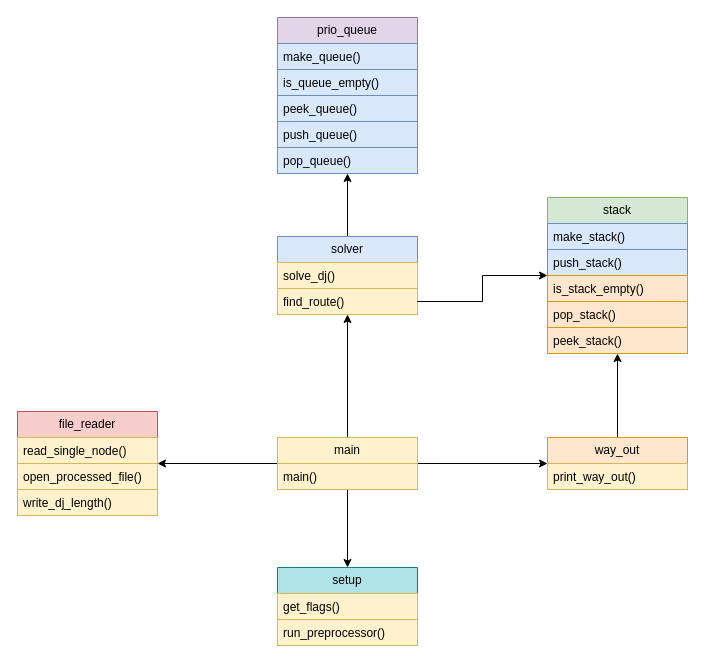
Above: modules.drawio in ATTWGRAT/A-MAZE-ING (draw.io), before the change. Source tidied: cells renumbered, new cells numbered last; positions are measured from the earlier drawing's top-left corner, leaving out a move shared by most shapes. Both pictures are drawn from the tidied source at 100%, with x=0, y=0 at pixel (17, 17).
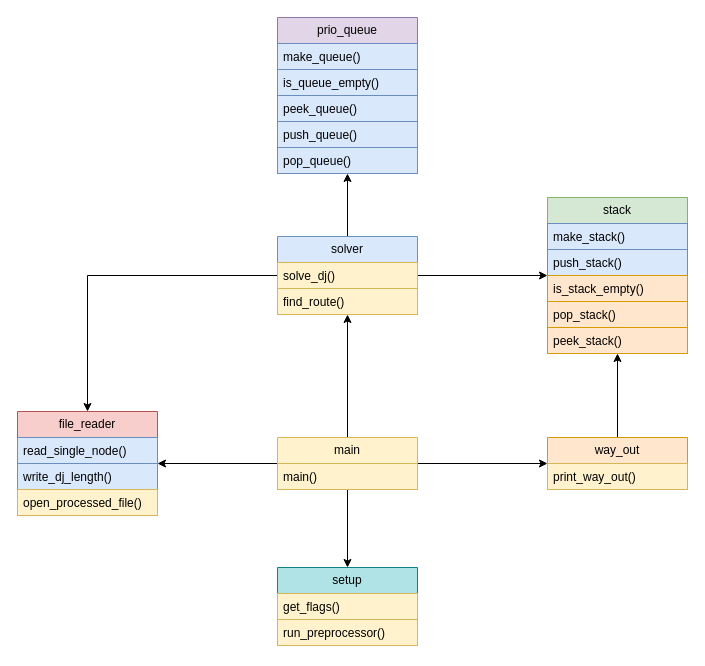
Above is the later version.

Unchanged cells that the change refers to:
```xml
<mxCell id="11" value="stack" style="swimlane;fontStyle=0;horizontal=1;startSize=26;fillColor=#d5e8d4;whiteSpace=wrap;html=1;strokeColor=#82b366;" parent="1" vertex="1">
  <mxGeometry x="530" y="180" width="140" height="156" as="geometry" />
</mxCell>
<mxCell id="17" value="file_reader" style="swimlane;fontStyle=0;horizontal=1;startSize=26;fillColor=#f8cecc;whiteSpace=wrap;html=1;strokeColor=#b85450;" parent="1" vertex="1">
  <mxGeometry y="394" width="140" height="104" as="geometry" />
</mxCell>
<mxCell id="22" value="solver" style="swimlane;fontStyle=0;horizontal=1;startSize=26;fillColor=#dae8fc;whiteSpace=wrap;html=1;strokeColor=#6c8ebf;" parent="1" vertex="1">
  <mxGeometry x="260" y="219" width="140" height="78" as="geometry" />
</mxCell>
<mxCell id="24" value="find_route()" style="text;strokeColor=#d6b656;fillColor=#fff2cc;align=left;verticalAlign=top;spacingLeft=4;spacingRight=4;overflow=hidden;points=[[0,0.5],[1,0.5]];portConstraint=eastwest;whiteSpace=wrap;html=1;" parent="22" vertex="1">
  <mxGeometry y="52" width="140" height="26" as="geometry" />
</mxCell>
```

What changed in the source:
```diff
@@
-    <mxCell id="18" value="read_single_node()" style="text;strokeColor=#d6b656;fillColor=#fff2cc;align=left;verticalAlign=top;spacingLeft=4;spacingRight=4;overflow=hidden;whiteSpace=wrap;html=1;" parent="17" vertex="1">
+    <mxCell id="18" value="read_single_node()" style="text;strokeColor=#6c8ebf;fillColor=#dae8fc;align=left;verticalAlign=top;spacingLeft=4;spacingRight=4;overflow=hidden;whiteSpace=wrap;html=1;" parent="17" vertex="1">
       <mxGeometry y="26" width="140" height="26" as="geometry" />
     </mxCell>
+    <mxCell id="20" value="write_dj_length()" style="text;strokeColor=#6c8ebf;fillColor=#dae8fc;align=left;verticalAlign=top;spacingLeft=4;spacingRight=4;overflow=hidden;whiteSpace=wrap;html=1;" parent="17" vertex="1">
+      <mxGeometry y="52" width="140" height="26" as="geometry" />
+    </mxCell>
     <mxCell id="19" value="open_processed_file()" style="text;strokeColor=#d6b656;fillColor=#fff2cc;align=left;verticalAlign=top;spacingLeft=4;spacingRight=4;overflow=hidden;whiteSpace=wrap;html=1;" parent="17" vertex="1">
-      <mxGeometry y="52" width="140" height="26" as="geometry" />
+      <mxGeometry y="78" width="140" height="26" as="geometry" />
     </mxCell>
-    <mxCell id="20" value="write_dj_length()" style="text;strokeColor=#d6b656;fillColor=#fff2cc;align=left;verticalAlign=top;spacingLeft=4;spacingRight=4;overflow=hidden;whiteSpace=wrap;html=1;" parent="17" vertex="1">
-      <mxGeometry y="78" width="140" height="26" as="geometry" />
-    </mxCell>
@@
+    <mxCell id="35" style="edgeStyle=orthogonalEdgeStyle;rounded=0;jettySize=auto;html=1;" parent="1" edge="1" source="22" target="17">
+      <mxGeometry relative="1" as="geometry" />
+    </mxCell>
+    <mxCell id="36" style="edgeStyle=orthogonalEdgeStyle;rounded=0;jettySize=auto;html=1;" parent="1" edge="1" source="22" target="11">
+      <mxGeometry relative="1" as="geometry" />
+    </mxCell>
@@
-    <mxCell id="34" style="edgeStyle=orthogonalEdgeStyle;rounded=0;jettySize=auto;html=1;" parent="1" edge="1" source="24" target="11">
-      <mxGeometry relative="1" as="geometry" />
-    </mxCell>
```
